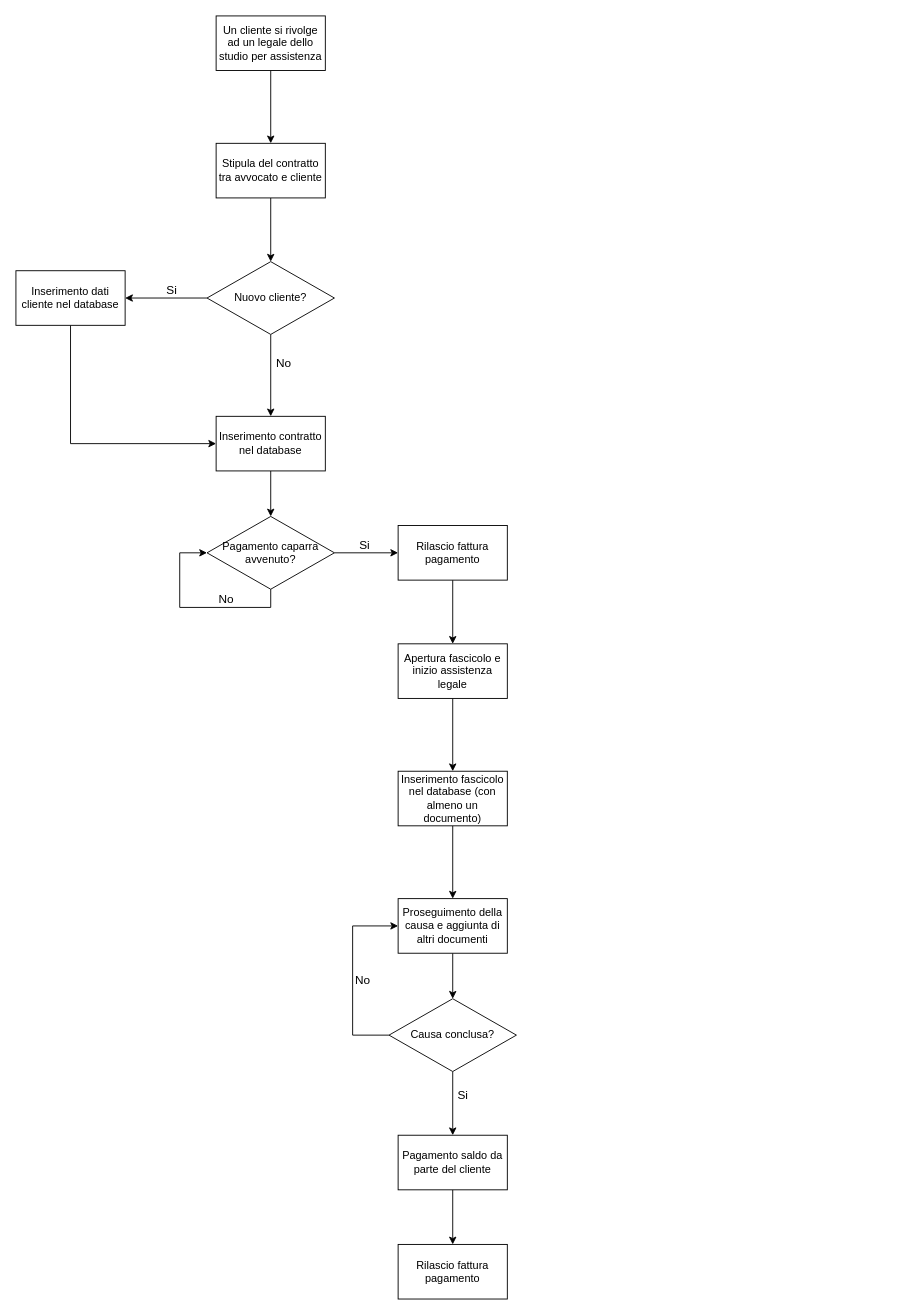
This is Attivita_studio_legale.drawio from AndreaCiv/BasiDiDati, a draw.io file, before an edit. Source tidied: cells renumbered, new cells numbered last; positions are measured from the earlier drawing's top-left corner, leaving out a move shared by most shapes. Both pictures are drawn from the tidied source at 91%, with x=0, y=0 at pixel (15, 15).
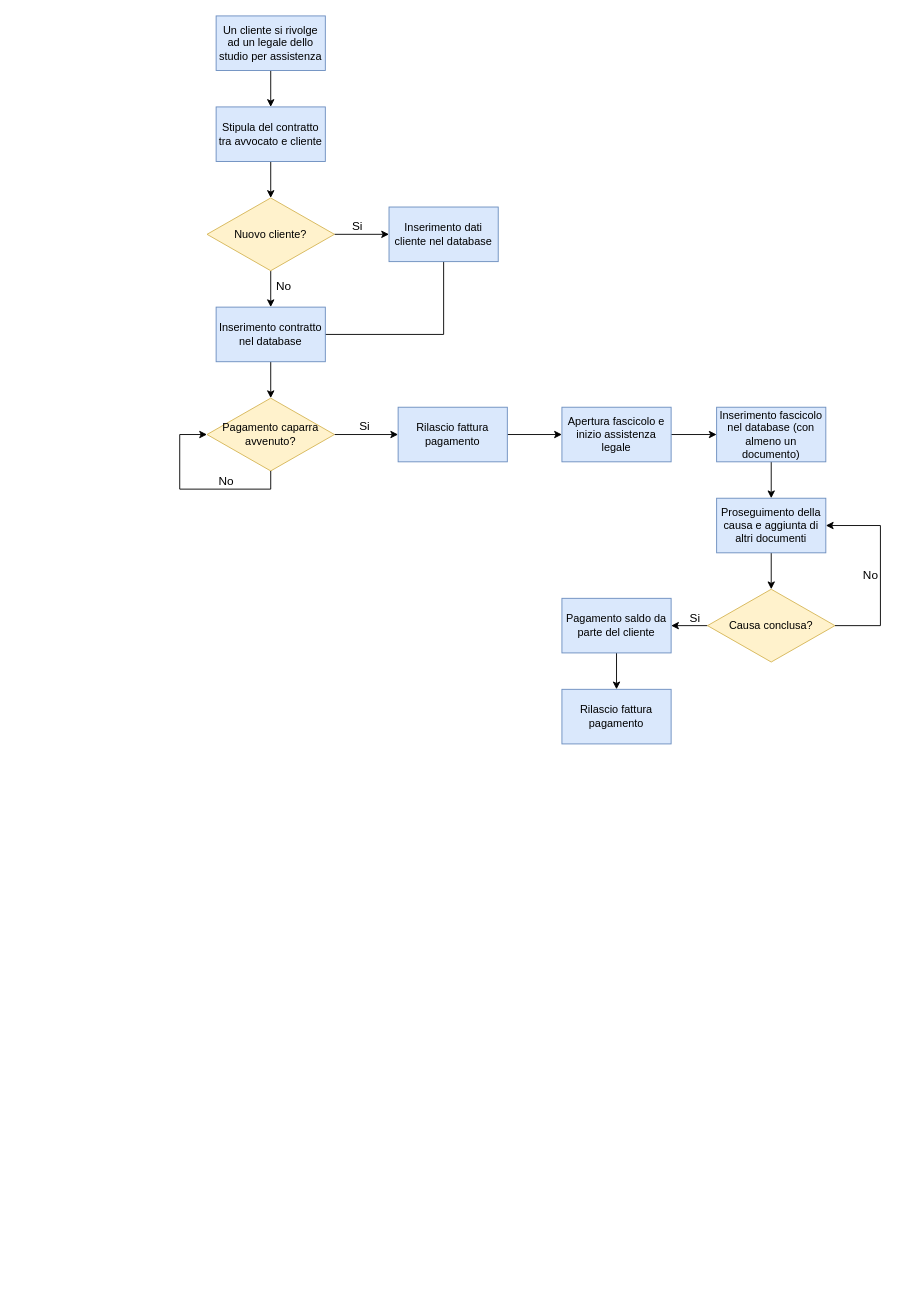
The same page after the edit.

Unchanged cells that the change refers to:
```xml
<mxCell id="6" style="edgeStyle=orthogonalEdgeStyle;rounded=0;jettySize=auto;html=1;" parent="1" edge="1" source="10" target="12">
  <mxGeometry relative="1" as="geometry" />
</mxCell>
<mxCell id="28" style="edgeStyle=orthogonalEdgeStyle;rounded=0;jettySize=auto;html=1;fontSize=13;" parent="1" edge="1" source="30" target="34">
  <mxGeometry relative="1" as="geometry" />
</mxCell>
```

Change to the diagram source:
```diff
@@
-    <mxCell id="3" value="Un cliente si rivolge&lt;br&gt;ad un legale dello studio per assistenza" style="rounded=0;whiteSpace=wrap;html=1;perimeter=ellipsePerimeter;imageWidth=24;" parent="1" vertex="1">
+    <mxCell id="3" value="Un cliente si rivolge&lt;br&gt;ad un legale dello studio per assistenza" style="rounded=0;whiteSpace=wrap;html=1;perimeter=ellipsePerimeter;imageWidth=24;fillColor=#dae8fc;strokeColor=#6c8ebf;" parent="1" vertex="1">
       <mxGeometry x="220" width="120" height="60" as="geometry" />
     </mxCell>
@@
-    <mxCell id="5" value="Stipula del contratto tra avvocato e cliente" style="rounded=0;whiteSpace=wrap;html=1;" parent="1" vertex="1">
-      <mxGeometry x="220" y="140" width="120" height="60" as="geometry" />
+    <mxCell id="5" value="Stipula del contratto tra avvocato e cliente" style="rounded=0;whiteSpace=wrap;html=1;fillColor=#dae8fc;strokeColor=#6c8ebf;" parent="1" vertex="1">
+      <mxGeometry x="220" y="100" width="120" height="60" as="geometry" />
     </mxCell>
@@
     <mxCell id="7" value="Si" style="edgeLabel;html=1;align=center;verticalAlign=middle;fontSize=13;" parent="6" vertex="1">
       <mxGeometry x="-0.6" y="-2" relative="1" as="geometry">
-        <mxPoint x="-22" y="-8" as="offset" />
+        <mxPoint x="12" y="-12" as="offset" />
       </mxGeometry>
     </mxCell>
@@
-    <mxCell id="10" value="Nuovo cliente?" style="rhombus;whiteSpace=wrap;html=1;rounded=0;" parent="1" vertex="1">
-      <mxGeometry x="210" y="270" width="140" height="80" as="geometry" />
+    <mxCell id="10" value="Nuovo cliente?" style="rhombus;whiteSpace=wrap;html=1;rounded=0;fillColor=#fff2cc;strokeColor=#d6b656;" parent="1" vertex="1">
+      <mxGeometry x="210" y="200" width="140" height="80" as="geometry" />
     </mxCell>
     <mxCell id="11" style="edgeStyle=orthogonalEdgeStyle;rounded=0;jettySize=auto;html=1;entryX=0;entryY=0.5;entryDx=0;entryDy=0;fontSize=14;" parent="1" edge="1" source="12" target="14">
       <mxGeometry relative="1" as="geometry">
         <Array as="points">
-          <mxPoint x="60" y="470" />
+          <mxPoint x="470" y="350" />
         </Array>
       </mxGeometry>
     </mxCell>
-    <mxCell id="12" value="Inserimento dati cliente nel database" style="whiteSpace=wrap;html=1;rounded=0;" parent="1" vertex="1">
-      <mxGeometry y="280" width="120" height="60" as="geometry" />
+    <mxCell id="12" value="Inserimento dati cliente nel database" style="whiteSpace=wrap;html=1;rounded=0;fillColor=#dae8fc;strokeColor=#6c8ebf;" parent="1" vertex="1">
+      <mxGeometry x="410" y="210" width="120" height="60" as="geometry" />
     </mxCell>
@@
-    <mxCell id="14" value="Inserimento contratto nel database" style="whiteSpace=wrap;html=1;rounded=0;" parent="1" vertex="1">
-      <mxGeometry x="220" y="440" width="120" height="60" as="geometry" />
+    <mxCell id="14" value="Inserimento contratto nel database" style="whiteSpace=wrap;html=1;rounded=0;fillColor=#dae8fc;strokeColor=#6c8ebf;" parent="1" vertex="1">
+      <mxGeometry x="220" y="320" width="120" height="60" as="geometry" />
     </mxCell>
@@
-    <mxCell id="16" value="Apertura fascicolo e inizio assistenza legale" style="whiteSpace=wrap;html=1;rounded=0;" parent="1" vertex="1">
-      <mxGeometry x="420" y="690" width="120" height="60" as="geometry" />
+    <mxCell id="16" value="Apertura fascicolo e inizio assistenza legale" style="whiteSpace=wrap;html=1;rounded=0;fillColor=#dae8fc;strokeColor=#6c8ebf;" parent="1" vertex="1">
+      <mxGeometry x="600" y="430" width="120" height="60" as="geometry" />
     </mxCell>
@@
-    <mxCell id="18" value="Inserimento fascicolo nel database (con almeno un documento)" style="whiteSpace=wrap;html=1;rounded=0;" parent="1" vertex="1">
-      <mxGeometry x="420" y="830" width="120" height="60" as="geometry" />
+    <mxCell id="18" value="Inserimento fascicolo nel database (con almeno un documento)" style="whiteSpace=wrap;html=1;rounded=0;fillColor=#dae8fc;strokeColor=#6c8ebf;" parent="1" vertex="1">
+      <mxGeometry x="770" y="430" width="120" height="60" as="geometry" />
     </mxCell>
@@
-    <mxCell id="21" value="Pagamento caparra avvenuto?" style="rhombus;whiteSpace=wrap;html=1;rounded=0;verticalAlign=middle;" parent="1" vertex="1">
-      <mxGeometry x="210" y="550" width="140" height="80" as="geometry" />
+    <mxCell id="21" value="Pagamento caparra avvenuto?" style="rhombus;whiteSpace=wrap;html=1;rounded=0;verticalAlign=middle;fillColor=#fff2cc;strokeColor=#d6b656;" parent="1" vertex="1">
+      <mxGeometry x="210" y="420" width="140" height="80" as="geometry" />
     </mxCell>
     <mxCell id="22" style="edgeStyle=orthogonalEdgeStyle;rounded=0;orthogonalLoop=1;jettySize=auto;html=1;fontSize=13;exitX=0.5;exitY=1;exitDx=0;exitDy=0;entryX=0;entryY=0.5;entryDx=0;entryDy=0;" parent="1" edge="1" source="21" target="21">
       <mxGeometry relative="1" as="geometry">
         <Array as="points">
-          <mxPoint x="280" y="650" />
-          <mxPoint x="180" y="650" />
-          <mxPoint x="180" y="590" />
+          <mxPoint x="280" y="520" />
+          <mxPoint x="180" y="520" />
+          <mxPoint x="180" y="460" />
         </Array>
       </mxGeometry>
     </mxCell>
@@
-    <mxCell id="25" value="Rilascio fattura pagamento" style="whiteSpace=wrap;html=1;rounded=0;" parent="1" vertex="1">
-      <mxGeometry x="420" y="560" width="120" height="60" as="geometry" />
+    <mxCell id="25" value="Rilascio fattura pagamento" style="whiteSpace=wrap;html=1;rounded=0;fillColor=#dae8fc;strokeColor=#6c8ebf;" parent="1" vertex="1">
+      <mxGeometry x="420" y="430" width="120" height="60" as="geometry" />
     </mxCell>
-    <mxCell id="26" style="edgeStyle=orthogonalEdgeStyle;rounded=0;jettySize=auto;html=1;entryX=0;entryY=0.5;entryDx=0;entryDy=0;fontSize=13;exitX=0;exitY=0.5;exitDx=0;exitDy=0;" parent="1" edge="1" source="30" target="32">
+    <mxCell id="26" style="edgeStyle=orthogonalEdgeStyle;rounded=0;jettySize=auto;html=1;entryX=1;entryY=0.5;entryDx=0;entryDy=0;fontSize=13;exitX=1;exitY=0.5;exitDx=0;exitDy=0;" parent="1" edge="1" source="30" target="32">
       <mxGeometry relative="1" as="geometry">
         <Array as="points">
-          <mxPoint x="370" y="1120" />
-          <mxPoint x="370" y="1000" />
+          <mxPoint x="950" y="670" />
+          <mxPoint x="950" y="560" />
         </Array>
       </mxGeometry>
     </mxCell>
     <mxCell id="27" value="No" style="edgeLabel;html=1;align=center;verticalAlign=middle;fontSize=13;" parent="26" vertex="1">
       <mxGeometry x="-0.03" relative="1" as="geometry">
-        <mxPoint x="10" as="offset" />
+        <mxPoint x="-12" as="offset" />
       </mxGeometry>
     </mxCell>
@@
     <mxCell id="29" value="Si" style="edgeLabel;html=1;align=center;verticalAlign=middle;fontSize=13;" parent="28" vertex="1">
       <mxGeometry x="-0.3" relative="1" as="geometry">
-        <mxPoint x="10" as="offset" />
+        <mxPoint x="-1" y="-10" as="offset" />
       </mxGeometry>
     </mxCell>
-    <mxCell id="30" value="Causa conclusa?" style="rhombus;whiteSpace=wrap;html=1;rounded=0;verticalAlign=middle;" parent="1" vertex="1">
-      <mxGeometry x="410" y="1080" width="140" height="80" as="geometry" />
+    <mxCell id="30" value="Causa conclusa?" style="rhombus;whiteSpace=wrap;html=1;rounded=0;verticalAlign=middle;fillColor=#fff2cc;strokeColor=#d6b656;" parent="1" vertex="1">
+      <mxGeometry x="760" y="630" width="140" height="80" as="geometry" />
     </mxCell>
@@
-    <mxCell id="32" value="Proseguimento della causa e aggiunta di altri documenti" style="whiteSpace=wrap;html=1;rounded=0;" parent="1" vertex="1">
-      <mxGeometry x="420" y="970" width="120" height="60" as="geometry" />
+    <mxCell id="32" value="Proseguimento della causa e aggiunta di altri documenti" style="whiteSpace=wrap;html=1;rounded=0;fillColor=#dae8fc;strokeColor=#6c8ebf;" parent="1" vertex="1">
+      <mxGeometry x="770" y="530" width="120" height="60" as="geometry" />
     </mxCell>
@@
-    <mxCell id="34" value="Pagamento saldo da parte del cliente" style="whiteSpace=wrap;html=1;rounded=0;" parent="1" vertex="1">
-      <mxGeometry x="420" y="1230" width="120" height="60" as="geometry" />
+    <mxCell id="34" value="Pagamento saldo da parte del cliente" style="whiteSpace=wrap;html=1;rounded=0;fillColor=#dae8fc;strokeColor=#6c8ebf;" parent="1" vertex="1">
+      <mxGeometry x="600" y="640" width="120" height="60" as="geometry" />
     </mxCell>
-    <mxCell id="35" value="Rilascio fattura pagamento" style="whiteSpace=wrap;html=1;rounded=0;" parent="1" vertex="1">
-      <mxGeometry x="420" y="1350" width="120" height="60" as="geometry" />
+    <mxCell id="35" value="Rilascio fattura pagamento" style="whiteSpace=wrap;html=1;rounded=0;fillColor=#dae8fc;strokeColor=#6c8ebf;" parent="1" vertex="1">
+      <mxGeometry x="600" y="740" width="120" height="60" as="geometry" />
     </mxCell>
```
